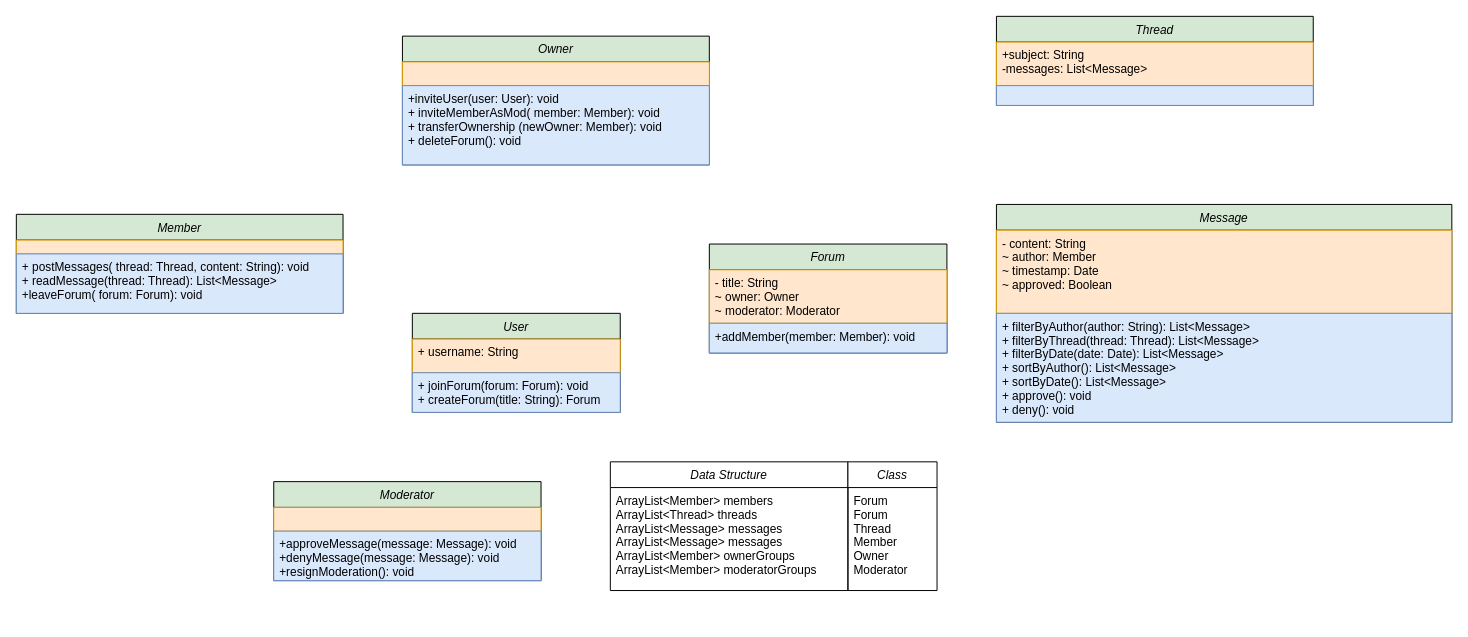
lilyqdp/UML keeps this draw.io diagram as Untitled Diagram.drawio. Above is the earlier version. Source tidied: cells renumbered, new cells numbered last; positions are measured from the earlier drawing's top-left corner, leaving out a move shared by most shapes. Both pictures are drawn from the tidied source at 99%, with x=0, y=0 at pixel (16, 16).
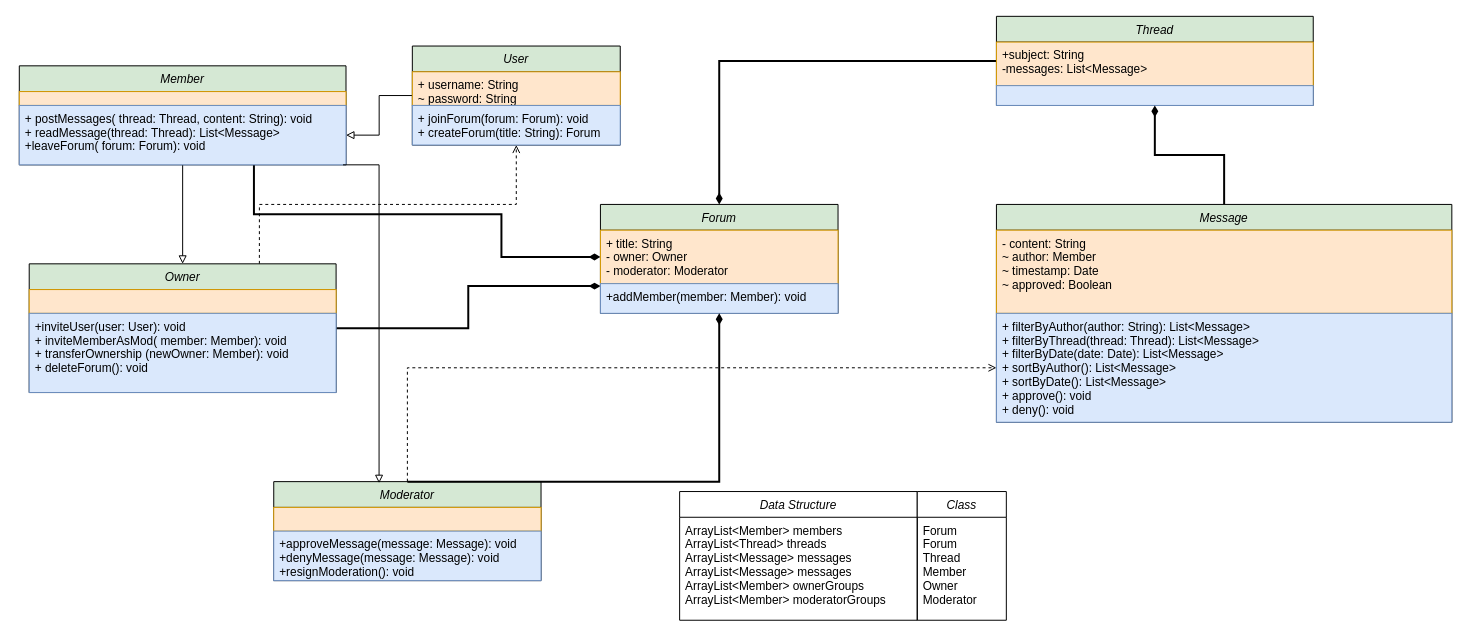
Above is the later version.

The change refers to these unchanged cells:
```xml
<mxCell id="7" value="+ postMessages( thread: Thread, content: String): void&#10;+ readMessage(thread: Thread): List&lt;Message&gt;&#10;+leaveForum( forum: Forum): void" style="text;align=left;verticalAlign=top;spacingLeft=4;spacingRight=4;overflow=hidden;points=[[0,0.5],[1,0.5]];portConstraint=eastwest;fillColor=#dae8fc;strokeColor=#6c8ebf;" parent="5" vertex="1">
  <mxGeometry y="40" width="330" height="60" as="geometry" />
</mxCell>
<mxCell id="14" value="Thread" style="swimlane;fontStyle=2;align=center;verticalAlign=top;horizontal=1;startSize=26;rounded=0;shadow=0;strokeWidth=1;fillColor=#d5e8d4;strokeColor=default;" parent="1" vertex="1">
  <mxGeometry x="990" width="320" height="90" as="geometry" />
</mxCell>
<mxCell id="17" value="Message" style="swimlane;fontStyle=2;align=center;verticalAlign=top;horizontal=1;startSize=26;rounded=0;shadow=0;strokeWidth=1;fillColor=#d5e8d4;strokeColor=default;" parent="1" vertex="1">
  <mxGeometry x="990" y="190" width="460" height="220" as="geometry" />
</mxCell>
<mxCell id="19" value="+ filterByAuthor(author: String): List&lt;Message&gt;&#10;+ filterByThread(thread: Thread): List&lt;Message&gt;&#10;+ filterByDate(date: Date): List&lt;Message&gt;&#10;+ sortByAuthor(): List&lt;Message&gt;&#10;+ sortByDate(): List&lt;Message&gt;&#10;+ approve(): void&#10;+ deny(): void" style="text;align=left;verticalAlign=top;spacingLeft=4;spacingRight=4;overflow=hidden;points=[[0,0.5],[1,0.5]];portConstraint=eastwest;fillColor=#dae8fc;strokeColor=#6c8ebf;" parent="17" vertex="1">
  <mxGeometry y="110" width="460" height="110" as="geometry" />
</mxCell>
<mxCell id="21" value="Moderator" style="swimlane;fontStyle=2;align=center;verticalAlign=top;horizontal=1;startSize=26;rounded=0;shadow=0;strokeWidth=1;fillColor=#d5e8d4;strokeColor=default;" parent="1" vertex="1">
  <mxGeometry x="260" y="470" width="270" height="100" as="geometry" />
</mxCell>
```

The edit, as a diff of the source:
```diff
@@
+    <mxCell id="28" style="edgeStyle=orthogonalEdgeStyle;rounded=0;jettySize=auto;html=1;endArrow=block;endFill=0;" parent="1" edge="1" source="2" target="7">
+      <mxGeometry relative="1" as="geometry" />
+    </mxCell>
     <mxCell id="2" value="User" style="swimlane;fontStyle=2;align=center;verticalAlign=top;horizontal=1;startSize=26;rounded=0;shadow=0;strokeWidth=1;fillColor=#d5e8d4;strokeColor=default;" parent="1" vertex="1">
-      <mxGeometry x="400" y="300" width="210" height="100" as="geometry" />
+      <mxGeometry x="400" y="30" width="210" height="100" as="geometry" />
     </mxCell>
-    <mxCell id="3" value="+ username: String" style="text;align=left;verticalAlign=top;spacingLeft=4;spacingRight=4;overflow=hidden;fillColor=#ffe6cc;strokeColor=#d79b00;" parent="2" vertex="1">
+    <mxCell id="3" value="+ username: String&#10;~ password: String&#10;" style="text;align=left;verticalAlign=top;spacingLeft=4;spacingRight=4;overflow=hidden;fillColor=#ffe6cc;strokeColor=#d79b00;" parent="2" vertex="1">
       <mxGeometry y="26" width="210" height="34" as="geometry" />
     </mxCell>
@@
+    <mxCell id="29" style="edgeStyle=orthogonalEdgeStyle;rounded=0;jettySize=auto;html=1;entryX=0.5;entryY=0;entryDx=0;entryDy=0;endArrow=block;endFill=0;" parent="1" edge="1" source="5" target="8">
+      <mxGeometry relative="1" as="geometry" />
+    </mxCell>
+    <mxCell id="30" style="edgeStyle=orthogonalEdgeStyle;rounded=0;jettySize=auto;html=1;entryX=0;entryY=0.5;entryDx=0;entryDy=0;endArrow=diamondThin;endFill=1;strokeWidth=2;" parent="1" edge="1" source="5" target="12">
+      <mxGeometry relative="1" as="geometry">
+        <Array as="points">
+          <mxPoint x="240" y="200" />
+          <mxPoint x="490" y="200" />
+          <mxPoint x="490" y="243" />
+        </Array>
+      </mxGeometry>
+    </mxCell>
     <mxCell id="5" value="Member" style="swimlane;fontStyle=2;align=center;verticalAlign=top;horizontal=1;startSize=26;rounded=0;shadow=0;strokeWidth=1;fillColor=#d5e8d4;strokeColor=default;" parent="1" vertex="1">
-      <mxGeometry y="200" width="330" height="100" as="geometry" />
+      <mxGeometry x="3" y="50" width="330" height="100" as="geometry" />
     </mxCell>
@@
+    <mxCell id="31" style="edgeStyle=orthogonalEdgeStyle;rounded=0;jettySize=auto;html=1;entryX=0;entryY=0.75;entryDx=0;entryDy=0;endArrow=diamondThin;endFill=1;strokeWidth=2;" parent="1" edge="1" source="8" target="11">
+      <mxGeometry relative="1" as="geometry" />
+    </mxCell>
+    <mxCell id="32" style="edgeStyle=orthogonalEdgeStyle;rounded=0;jettySize=auto;html=1;entryX=0.5;entryY=1;entryDx=0;entryDy=0;exitX=0.75;exitY=0;exitDx=0;exitDy=0;endArrow=open;endFill=0;dashed=1;" parent="1" edge="1" source="8" target="2">
+      <mxGeometry relative="1" as="geometry" />
+    </mxCell>
     <mxCell id="8" value="Owner" style="swimlane;fontStyle=2;align=center;verticalAlign=top;horizontal=1;startSize=26;rounded=0;shadow=0;strokeWidth=1;fillColor=#d5e8d4;strokeColor=default;" parent="1" vertex="1">
-      <mxGeometry x="390" y="20" width="310" height="130" as="geometry" />
+      <mxGeometry x="13" y="250" width="310" height="130" as="geometry" />
     </mxCell>
@@
     <mxCell id="11" value="Forum" style="swimlane;fontStyle=2;align=center;verticalAlign=top;horizontal=1;startSize=26;rounded=0;shadow=0;strokeWidth=1;fillColor=#d5e8d4;strokeColor=default;" parent="1" vertex="1">
-      <mxGeometry x="700" y="230" width="240" height="110" as="geometry" />
+      <mxGeometry x="590" y="190" width="240" height="110" as="geometry" />
     </mxCell>
-    <mxCell id="12" value="- title: String&#10;~ owner: Owner&#10;~ moderator: Moderator" style="text;align=left;verticalAlign=top;spacingLeft=4;spacingRight=4;overflow=hidden;points=[[0,0.5],[1,0.5]];portConstraint=eastwest;fillColor=#ffe6cc;strokeColor=#d79b00;" parent="11" vertex="1">
+    <mxCell id="12" value="+ title: String&#10;- owner: Owner&#10;- moderator: Moderator" style="text;align=left;verticalAlign=top;spacingLeft=4;spacingRight=4;overflow=hidden;points=[[0,0.5],[1,0.5]];portConstraint=eastwest;fillColor=#ffe6cc;strokeColor=#d79b00;" parent="11" vertex="1">
       <mxGeometry y="26" width="240" height="54" as="geometry" />
     </mxCell>
@@
+    <mxCell id="33" style="edgeStyle=orthogonalEdgeStyle;rounded=0;jettySize=auto;html=1;entryX=0.5;entryY=0;entryDx=0;entryDy=0;endArrow=diamondThin;endFill=1;strokeWidth=2;" parent="1" edge="1" source="14" target="11">
+      <mxGeometry relative="1" as="geometry" />
+    </mxCell>
@@
+    <mxCell id="34" style="edgeStyle=orthogonalEdgeStyle;rounded=0;jettySize=auto;html=1;entryX=0.5;entryY=1;entryDx=0;entryDy=0;endArrow=diamondThin;endFill=1;strokeWidth=2;" parent="1" edge="1" source="17" target="14">
+      <mxGeometry relative="1" as="geometry" />
+    </mxCell>
@@
+    <mxCell id="35" style="edgeStyle=orthogonalEdgeStyle;rounded=0;jettySize=auto;html=1;entryX=0;entryY=0.5;entryDx=0;entryDy=0;endArrow=open;startFill=0;dashed=1;endFill=0;" parent="1" edge="1" source="21" target="19">
+      <mxGeometry relative="1" as="geometry" />
+    </mxCell>
@@
     <mxCell id="24" value="Data Structure" style="swimlane;fontStyle=2;align=center;verticalAlign=top;horizontal=1;startSize=26;rounded=0;shadow=0;strokeWidth=1;" parent="1" vertex="1">
-      <mxGeometry x="600" y="450" width="240" height="130" as="geometry" />
+      <mxGeometry x="670" y="480" width="240" height="130" as="geometry" />
     </mxCell>
@@
     <mxCell id="26" value="Class" style="swimlane;fontStyle=2;align=center;verticalAlign=top;horizontal=1;startSize=26;rounded=0;shadow=0;strokeWidth=1;" parent="1" vertex="1">
-      <mxGeometry x="840" y="450" width="90" height="130" as="geometry" />
+      <mxGeometry x="910" y="480" width="90" height="130" as="geometry" />
     </mxCell>
@@
+    <mxCell id="36" style="edgeStyle=orthogonalEdgeStyle;rounded=0;orthogonalLoop=1;jettySize=auto;html=1;entryX=0.394;entryY=-0.067;entryDx=0;entryDy=0;entryPerimeter=0;endArrow=block;endFill=0;" parent="1" edge="1">
+      <mxGeometry relative="1" as="geometry">
+        <mxPoint x="330" y="150" as="sourcePoint" />
+        <mxPoint x="366.4" y="471.6" as="targetPoint" />
+        <Array as="points">
+          <mxPoint x="333" y="150" />
+          <mxPoint x="366" y="150" />
+        </Array>
+      </mxGeometry>
+    </mxCell>
+    <mxCell id="37" style="edgeStyle=orthogonalEdgeStyle;rounded=0;jettySize=auto;html=1;entryX=0.5;entryY=1;entryDx=0;entryDy=0;endArrow=diamondThin;endFill=1;strokeWidth=2;" parent="1" edge="1" target="11">
+      <mxGeometry relative="1" as="geometry">
+        <mxPoint x="395" y="470" as="sourcePoint" />
+        <Array as="points">
+          <mxPoint x="395" y="470" />
+          <mxPoint x="710" y="470" />
+        </Array>
+      </mxGeometry>
+    </mxCell>
```
